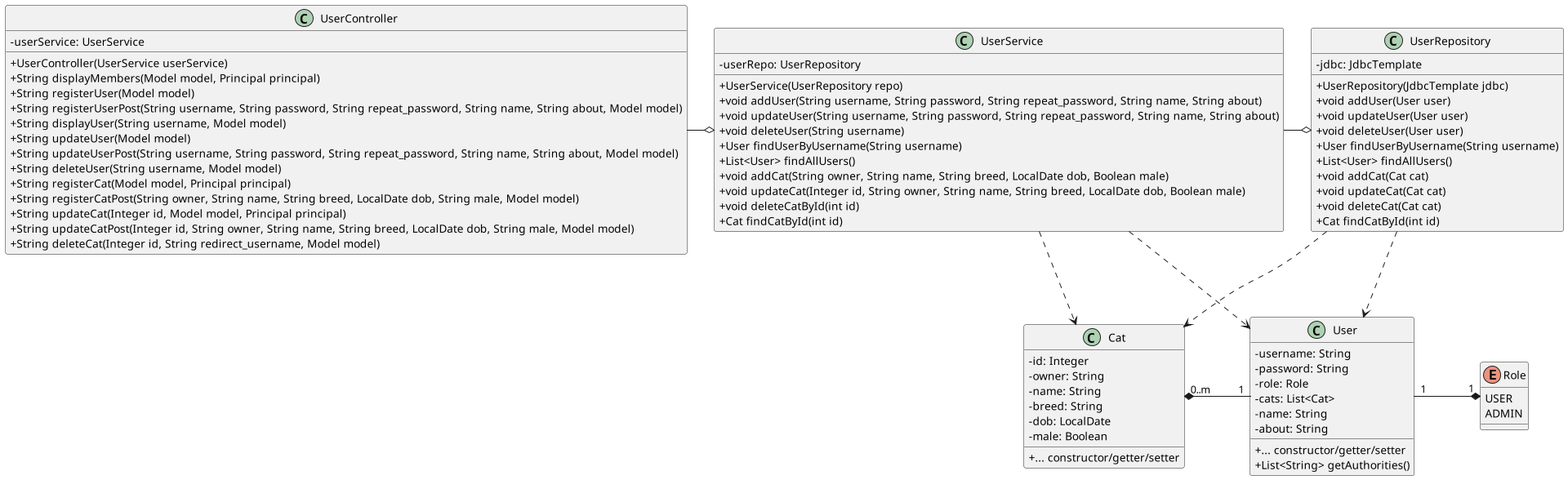
sofush/racekat keeps this PlantUML diagram as diagram/class-diagram.png. Above is the earlier version.
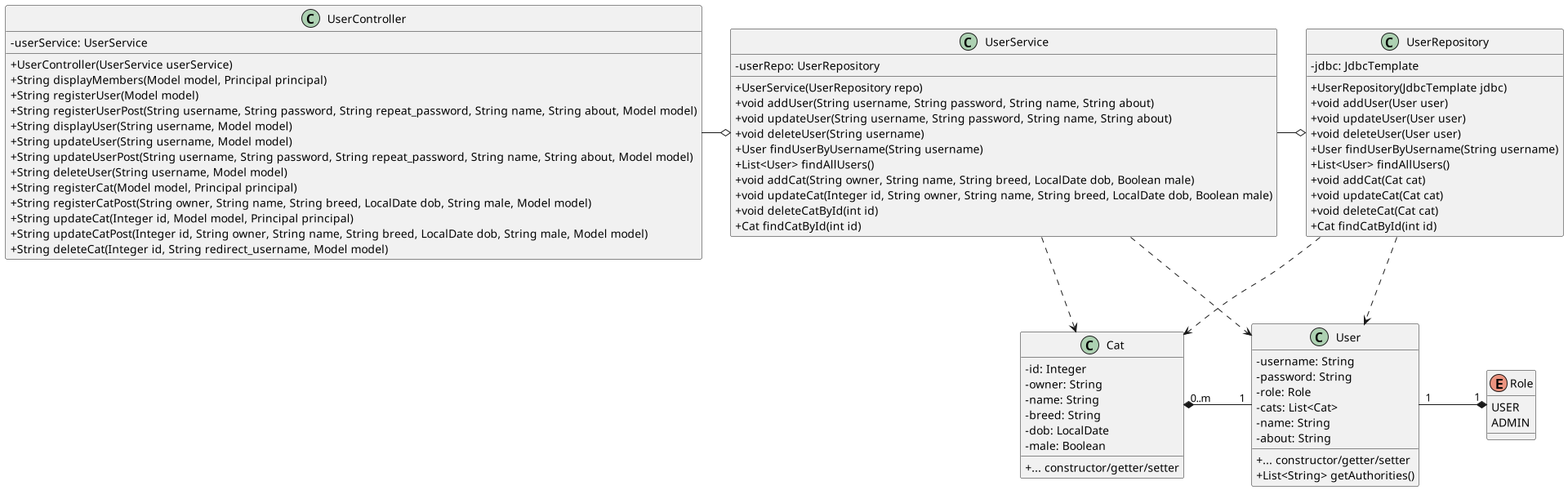
Above is the later version.

Change to the diagram source:
```diff
@@ -31,7 +31,7 @@
 	+ String registerUser(Model model)
 	+ String registerUserPost(String username, String password, String repeat_password, String name, String about, Model model)
 	+ String displayUser(String username, Model model)
-	+ String updateUser(Model model)
+	+ String updateUser(String username, Model model)
 	+ String updateUserPost(String username, String password, String repeat_password, String name, String about, Model model)
 	+ String deleteUser(String username, Model model)
 	+ String registerCat(Model model, Principal principal)
@@ -43,8 +43,8 @@
 class UserService {
 	- userRepo: UserRepository
 	+ UserService(UserRepository repo)
-	+ void addUser(String username, String password, String repeat_password, String name, String about)
-	+ void updateUser(String username, String password, String repeat_password, String name, String about)
+	+ void addUser(String username, String password, String name, String about)
+	+ void updateUser(String username, String password, String name, String about)
 	+ void deleteUser(String username)
 	+ User findUserByUsername(String username)
 	+ List<User> findAllUsers()
```
